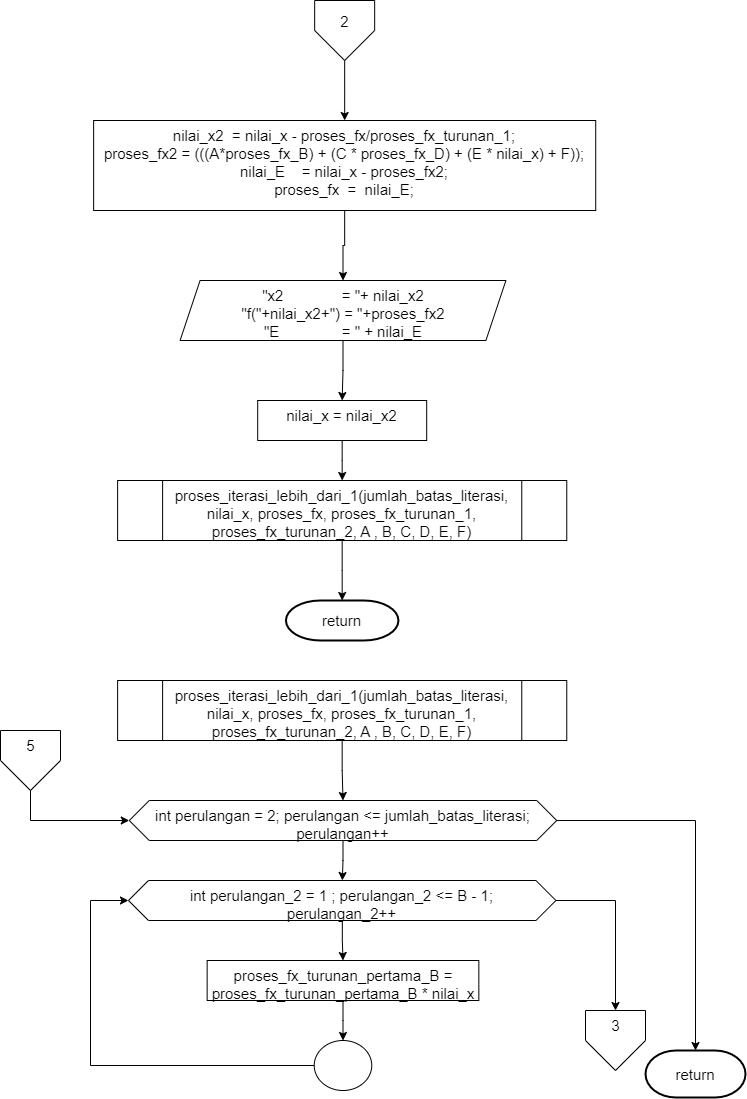
Before: Page/page 6.png, a diagram exported from draw.io (indyadirak/algoritma-newton-raptor). Source tidied: cells renumbered, new cells last; positions are measured from the earlier drawing's top-left corner, leaving out a move shared by most shapes.
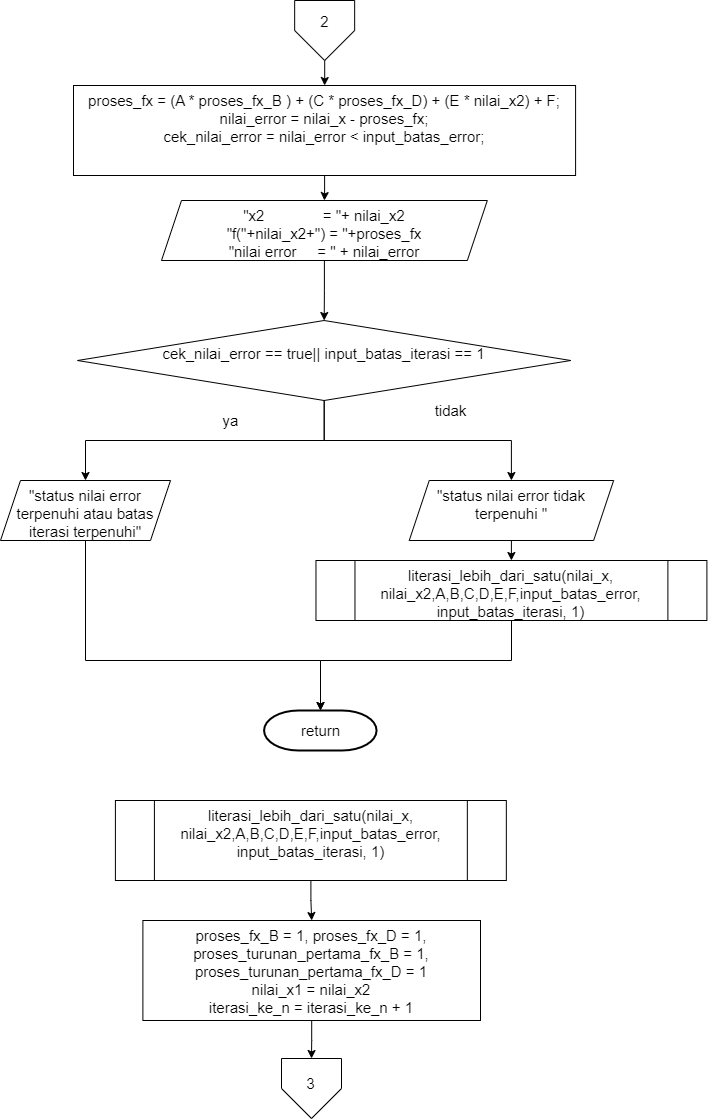
Later version of the same file.

Change to the diagram source:
```diff
@@ -14,92 +14,78 @@
     <mxCell id="5" style="edgeStyle=orthogonalEdgeStyle;rounded=0;jettySize=auto;html=1;fontSize=15;" parent="1" edge="1" source="6" target="8">
       <mxGeometry relative="1" as="geometry" />
     </mxCell>
-    <mxCell id="6" value="&lt;div&gt;&lt;span style=&quot;font-size: 15px;&quot;&gt;nilai_x2&amp;nbsp; = nilai_x - proses_fx/proses_fx_turunan_1;&lt;/span&gt;&lt;/div&gt;&lt;div&gt;&lt;span style=&quot;font-size: 15px;&quot;&gt;proses_fx2 = (((A*proses_fx_B) + (C * proses_fx_D) + (E * nilai_x) + F));&lt;/span&gt;&lt;/div&gt;&lt;div&gt;&lt;span style=&quot;font-size: 15px;&quot;&gt;nilai_E&amp;nbsp; &amp;nbsp; = nilai_x - proses_fx2;&lt;/span&gt;&lt;/div&gt;&lt;div&gt;&lt;span style=&quot;font-size: 15px;&quot;&gt;proses_fx&amp;nbsp; =&amp;nbsp; nilai_E;&lt;/span&gt;&lt;/div&gt;" style="whiteSpace=wrap;html=1;fontSize=15;verticalAlign=top;rounded=0;" parent="1" vertex="1">
-      <mxGeometry x="93.1" y="120" width="502.1" height="90" as="geometry" />
+    <mxCell id="6" value="&lt;div&gt;proses_fx = (A * proses_fx_B ) + (C * proses_fx_D) + (E * nilai_x2) + F;&lt;/div&gt;&lt;div&gt;nilai_error = nilai_x - proses_fx;&lt;/div&gt;&lt;div&gt;cek_nilai_error = nilai_error &amp;lt; input_batas_error;&lt;/div&gt;" style="whiteSpace=wrap;html=1;fontSize=15;verticalAlign=top;rounded=0;" parent="1" vertex="1">
+      <mxGeometry x="93" y="85" width="502.1" height="90" as="geometry" />
     </mxCell>
-    <mxCell id="7" style="edgeStyle=orthogonalEdgeStyle;rounded=0;jettySize=auto;html=1;fontSize=15;" parent="1" edge="1" source="8" target="10">
+    <mxCell id="7" style="edgeStyle=orthogonalEdgeStyle;rounded=0;jettySize=auto;html=1;" parent="1" edge="1" source="8" target="12">
       <mxGeometry relative="1" as="geometry" />
     </mxCell>
-    <mxCell id="8" value="&lt;div&gt;&lt;span style=&quot;font-size: 15px;&quot;&gt;&quot;x2&amp;nbsp; &amp;nbsp; &amp;nbsp; &amp;nbsp; &amp;nbsp; &amp;nbsp; &amp;nbsp; = &quot;+ nilai_x2&lt;/span&gt;&lt;/div&gt;&lt;div&gt;&lt;span style=&quot;font-size: 15px;&quot;&gt;&quot;f(&quot;+nilai_x2+&quot;) = &quot;+proses_fx2&lt;/span&gt;&lt;/div&gt;&lt;div&gt;&lt;span style=&quot;font-size: 15px;&quot;&gt;&quot;E&amp;nbsp; &amp;nbsp; &amp;nbsp; &amp;nbsp; &amp;nbsp; &amp;nbsp; &amp;nbsp; &amp;nbsp;= &quot; + nilai_E&lt;/span&gt;&lt;/div&gt;" style="shape=parallelogram;perimeter=parallelogramPerimeter;whiteSpace=wrap;html=1;fixedSize=1;fontSize=15;verticalAlign=top;rounded=0;" parent="1" vertex="1">
-      <mxGeometry x="179.6" y="280" width="325.8" height="60" as="geometry" />
+    <mxCell id="8" value="&lt;div&gt;&lt;span style=&quot;font-size: 15px;&quot;&gt;&quot;x2&amp;nbsp; &amp;nbsp; &amp;nbsp; &amp;nbsp; &amp;nbsp; &amp;nbsp; &amp;nbsp; = &quot;+ nilai_x2&lt;/span&gt;&lt;/div&gt;&lt;div&gt;&lt;span style=&quot;font-size: 15px;&quot;&gt;&quot;f(&quot;+nilai_x2+&quot;) = &quot;+proses_fx&lt;/span&gt;&lt;/div&gt;&lt;div&gt;&quot;nilai error&amp;nbsp; &amp;nbsp; &amp;nbsp;= &quot; + nilai_error&lt;br&gt;&lt;/div&gt;" style="shape=parallelogram;perimeter=parallelogramPerimeter;whiteSpace=wrap;html=1;fixedSize=1;fontSize=15;verticalAlign=top;rounded=0;" parent="1" vertex="1">
+      <mxGeometry x="181" y="200" width="325.8" height="60" as="geometry" />
     </mxCell>
-    <mxCell id="9" style="edgeStyle=orthogonalEdgeStyle;rounded=0;jettySize=auto;html=1;fontSize=15;" parent="1" edge="1" source="10" target="12">
-      <mxGeometry relative="1" as="geometry" />
+    <mxCell id="9" value="return" style="strokeWidth=2;html=1;shape=mxgraph.flowchart.terminator;whiteSpace=wrap;fontSize=15;gradientColor=#FFFFFF;strokeColor=#000000;" parent="1" vertex="1">
+      <mxGeometry x="283.6" y="710" width="112.5" height="40" as="geometry" />
     </mxCell>
-    <mxCell id="10" value="&lt;span style=&quot;font-size: 15px;&quot;&gt;nilai_x = nilai_x2&lt;/span&gt;" style="whiteSpace=wrap;html=1;fontSize=15;verticalAlign=top;rounded=0;" parent="1" vertex="1">
-      <mxGeometry x="257.2" y="400" width="169" height="40" as="geometry" />
+    <mxCell id="10" style="edgeStyle=orthogonalEdgeStyle;rounded=0;jettySize=auto;html=1;" parent="1" edge="1" source="12" target="14">
+      <mxGeometry relative="1" as="geometry" />
     </mxCell>
-    <mxCell id="11" style="edgeStyle=orthogonalEdgeStyle;rounded=0;jettySize=auto;html=1;entryX=0.5;entryY=0;entryDx=0;entryDy=0;entryPerimeter=0;fontSize=15;" parent="1" edge="1" source="12" target="13">
+    <mxCell id="11" style="edgeStyle=orthogonalEdgeStyle;rounded=0;jettySize=auto;html=1;" parent="1" edge="1" source="12" target="17">
       <mxGeometry relative="1" as="geometry" />
     </mxCell>
-    <mxCell id="12" value="&lt;span style=&quot;font-size: 15px;&quot;&gt;proses_iterasi_lebih_dari_1(jumlah_batas_literasi, nilai_x, proses_fx, proses_fx_turunan_1, proses_fx_turunan_2, A , B, C, D, E, F)&lt;/span&gt;" style="shape=process;whiteSpace=wrap;html=1;backgroundOutline=1;fontSize=15;verticalAlign=top;rounded=0;" parent="1" vertex="1">
-      <mxGeometry x="117.1" y="480" width="449.1" height="60" as="geometry" />
+    <mxCell id="12" value="&lt;br&gt;cek_nilai_error == true|| input_batas_iterasi == 1" style="rhombus;whiteSpace=wrap;html=1;fontSize=15;verticalAlign=top;rounded=0;" parent="1" vertex="1">
+      <mxGeometry x="97" y="320" width="493.2" height="80" as="geometry" />
     </mxCell>
-    <mxCell id="13" value="return" style="strokeWidth=2;html=1;shape=mxgraph.flowchart.terminator;whiteSpace=wrap;fontSize=15;gradientColor=#FFFFFF;strokeColor=#000000;" parent="1" vertex="1">
-      <mxGeometry x="285.4" y="600" width="112.5" height="40" as="geometry" />
+    <mxCell id="13" style="edgeStyle=orthogonalEdgeStyle;rounded=0;jettySize=auto;html=1;fontSize=15;" parent="1" edge="1" source="14" target="9">
+      <mxGeometry relative="1" as="geometry">
+        <Array as="points">
+          <mxPoint x="105" y="660" />
+          <mxPoint x="340" y="660" />
+        </Array>
+      </mxGeometry>
     </mxCell>
-    <mxCell id="14" style="edgeStyle=orthogonalEdgeStyle;rounded=0;jettySize=auto;html=1;fontSize=15;" parent="1" edge="1" source="15" target="18">
-      <mxGeometry relative="1" as="geometry" />
+    <mxCell id="14" value="&quot;status nilai error terpenuhi atau batas iterasi terpenuhi&quot;" style="shape=parallelogram;perimeter=parallelogramPerimeter;whiteSpace=wrap;html=1;fixedSize=1;fontSize=15;verticalAlign=top;rounded=0;" parent="1" vertex="1">
+      <mxGeometry x="20" y="480" width="170" height="60" as="geometry" />
     </mxCell>
-    <mxCell id="15" value="&lt;span style=&quot;font-size: 15px;&quot;&gt;proses_iterasi_lebih_dari_1(jumlah_batas_literasi, nilai_x, proses_fx, proses_fx_turunan_1, proses_fx_turunan_2, A , B, C, D, E, F)&lt;/span&gt;" style="shape=process;whiteSpace=wrap;html=1;backgroundOutline=1;fontSize=15;verticalAlign=top;rounded=0;" parent="1" vertex="1">
-      <mxGeometry x="117.1" y="680" width="449.1" height="60" as="geometry" />
+    <mxCell id="15" value="&lt;font style=&quot;font-size: 15px;&quot;&gt;ya&lt;/font&gt;" style="text;html=1;align=center;verticalAlign=middle;points=[];strokeColor=none;fillColor=none;" parent="1" vertex="1">
+      <mxGeometry x="230" y="405" width="40" height="30" as="geometry" />
     </mxCell>
-    <mxCell id="16" style="edgeStyle=orthogonalEdgeStyle;rounded=0;jettySize=auto;html=1;fontSize=15;" parent="1" edge="1" source="18" target="21">
+    <mxCell id="16" style="edgeStyle=orthogonalEdgeStyle;rounded=0;jettySize=auto;html=1;fontSize=15;" parent="1" edge="1" source="17" target="20">
       <mxGeometry relative="1" as="geometry" />
     </mxCell>
-    <mxCell id="17" style="edgeStyle=orthogonalEdgeStyle;rounded=0;jettySize=auto;html=1;entryX=0.5;entryY=0;entryDx=0;entryDy=0;entryPerimeter=0;fontSize=15;" parent="1" edge="1" source="18" target="31">
-      <mxGeometry relative="1" as="geometry" />
+    <mxCell id="17" value="&quot;status nilai error tidak terpenuhi &quot;" style="shape=parallelogram;perimeter=parallelogramPerimeter;whiteSpace=wrap;html=1;fixedSize=1;fontSize=15;verticalAlign=top;rounded=0;" parent="1" vertex="1">
+      <mxGeometry x="428.7" y="480" width="204.4" height="60" as="geometry" />
     </mxCell>
-    <mxCell id="18" value="&lt;span style=&quot;font-size: 15px;&quot;&gt;int perulangan = 2; perulangan &amp;lt;= jumlah_batas_literasi; perulangan++&lt;/span&gt;" style="shape=hexagon;perimeter=hexagonPerimeter2;whiteSpace=wrap;html=1;fixedSize=1;fontSize=15;verticalAlign=top;rounded=0;" parent="1" vertex="1">
-      <mxGeometry x="128.8" y="800" width="427.5" height="40" as="geometry" />
+    <mxCell id="18" value="&lt;font style=&quot;font-size: 15px;&quot;&gt;tidak&lt;/font&gt;" style="text;html=1;align=center;verticalAlign=middle;points=[];strokeColor=none;fillColor=none;" parent="1" vertex="1">
+      <mxGeometry x="440" y="395" width="60" height="30" as="geometry" />
     </mxCell>
-    <mxCell id="19" style="edgeStyle=orthogonalEdgeStyle;rounded=0;jettySize=auto;html=1;fontSize=15;" parent="1" edge="1" source="21" target="23">
-      <mxGeometry relative="1" as="geometry" />
+    <mxCell id="19" style="edgeStyle=orthogonalEdgeStyle;rounded=0;jettySize=auto;html=1;fontSize=15;" parent="1" edge="1" source="20" target="9">
+      <mxGeometry relative="1" as="geometry">
+        <Array as="points">
+          <mxPoint x="531" y="660" />
+          <mxPoint x="340" y="660" />
+        </Array>
+      </mxGeometry>
     </mxCell>
-    <mxCell id="20" style="edgeStyle=orthogonalEdgeStyle;rounded=0;jettySize=auto;html=1;entryX=0.5;entryY=0;entryDx=0;entryDy=0;fontSize=15;" parent="1" edge="1" source="21" target="26">
-      <mxGeometry relative="1" as="geometry" />
+    <mxCell id="20" value="literasi_lebih_dari_satu(nilai_x, nilai_x2,A,B,C,D,E,F,input_batas_error, input_batas_iterasi, 1)" style="shape=process;whiteSpace=wrap;html=1;backgroundOutline=1;fontSize=15;verticalAlign=top;rounded=0;" parent="1" vertex="1">
+      <mxGeometry x="335.5" y="560" width="390.9" height="60" as="geometry" />
     </mxCell>
-    <mxCell id="21" value="&lt;span style=&quot;font-size: 15px;&quot;&gt;int perulangan_2 = 1 ; perulangan_2 &amp;lt;= B - 1; &lt;br&gt;perulangan_2++&lt;/span&gt;" style="shape=hexagon;perimeter=hexagonPerimeter2;whiteSpace=wrap;html=1;fixedSize=1;fontSize=15;verticalAlign=top;rounded=0;" parent="1" vertex="1">
-      <mxGeometry x="128" y="880" width="427.5" height="40" as="geometry" />
+    <mxCell id="21" style="edgeStyle=orthogonalEdgeStyle;rounded=0;jettySize=auto;html=1;fontSize=15;" parent="1" edge="1" source="22" target="24">
+      <mxGeometry relative="1" as="geometry" />
     </mxCell>
-    <mxCell id="22" style="edgeStyle=orthogonalEdgeStyle;rounded=0;jettySize=auto;html=1;fontSize=15;" parent="1" edge="1" source="23" target="25">
-      <mxGeometry relative="1" as="geometry" />
+    <mxCell id="22" value="literasi_lebih_dari_satu(nilai_x, nilai_x2,A,B,C,D,E,F,input_batas_error, input_batas_iterasi, 1)" style="shape=process;whiteSpace=wrap;html=1;backgroundOutline=1;fontSize=15;verticalAlign=top;rounded=0;" parent="1" vertex="1">
+      <mxGeometry x="134.9" y="800" width="390.9" height="80" as="geometry" />
     </mxCell>
-    <mxCell id="23" value="&lt;span style=&quot;font-size: 15px;&quot;&gt;proses_fx_turunan_pertama_B = proses_fx_turunan_pertama_B * nilai_x&lt;/span&gt;" style="whiteSpace=wrap;html=1;fontSize=15;verticalAlign=top;rounded=0;" parent="1" vertex="1">
-      <mxGeometry x="206.6" y="960" width="271.7" height="40" as="geometry" />
+    <mxCell id="23" style="edgeStyle=orthogonalEdgeStyle;rounded=0;jettySize=auto;html=1;fontSize=15;" parent="1" edge="1" source="24" target="25">
+      <mxGeometry relative="1" as="geometry" />
     </mxCell>
-    <mxCell id="24" style="edgeStyle=orthogonalEdgeStyle;rounded=0;jettySize=auto;html=1;entryX=0;entryY=0.5;entryDx=0;entryDy=0;fontSize=15;" parent="1" edge="1" source="25" target="21">
-      <mxGeometry relative="1" as="geometry">
-        <Array as="points">
-          <mxPoint x="90" y="1065" />
-          <mxPoint x="90" y="900" />
-        </Array>
-      </mxGeometry>
+    <mxCell id="24" value="&lt;div&gt;proses_fx_B = 1, proses_fx_D = 1,&lt;/div&gt;&lt;div&gt;proses_turunan_pertama_fx_B = 1, proses_turunan_pertama_fx_D = 1&lt;br&gt;&lt;/div&gt;&lt;div&gt;nilai_x1 = nilai_x2&lt;/div&gt;&lt;div&gt;iterasi_ke_n = iterasi_ke_n + 1&lt;/div&gt;" style="whiteSpace=wrap;html=1;fontSize=15;verticalAlign=top;rounded=0;" parent="1" vertex="1">
+      <mxGeometry x="162.4" y="920" width="337.6" height="100" as="geometry" />
     </mxCell>
-    <mxCell id="25" style="ellipse;whiteSpace=wrap;html=1;fontSize=15;verticalAlign=top;rounded=0;" parent="1" vertex="1">
-      <mxGeometry x="313.7" y="1040" width="57.5" height="50" as="geometry" />
+    <mxCell id="25" style="verticalLabelPosition=bottom;verticalAlign=top;html=1;shape=offPageConnector;rounded=0;size=0.5;fontSize=15;" parent="1" vertex="1">
+      <mxGeometry x="301" y="1058" width="60" height="60" as="geometry" />
     </mxCell>
-    <mxCell id="26" style="verticalLabelPosition=bottom;verticalAlign=top;html=1;shape=offPageConnector;rounded=0;size=0.5;strokeColor=#000000;fontSize=15;gradientColor=#FFFFFF;" parent="1" vertex="1">
-      <mxGeometry x="585" y="1010" width="60" height="60" as="geometry" />
+    <mxCell id="26" value="3" style="text;html=1;align=center;verticalAlign=middle;points=[];strokeColor=none;fillColor=none;fontSize=15;" parent="1" vertex="1">
+      <mxGeometry x="314.9" y="1068" width="30" height="30" as="geometry" />
     </mxCell>
-    <mxCell id="27" value="3&lt;br&gt;" style="text;html=1;align=center;verticalAlign=middle;strokeColor=none;fillColor=none;fontSize=15;" parent="1" vertex="1">
-      <mxGeometry x="600" y="1010" width="30" height="30" as="geometry" />
-    </mxCell>
-    <mxCell id="28" style="edgeStyle=orthogonalEdgeStyle;rounded=0;jettySize=auto;html=1;entryX=0;entryY=0.5;entryDx=0;entryDy=0;fontSize=15;" parent="1" edge="1" source="29" target="18">
-      <mxGeometry relative="1" as="geometry">
-        <Array as="points">
-          <mxPoint x="30" y="820" />
-        </Array>
-      </mxGeometry>
-    </mxCell>
-    <mxCell id="29" style="verticalLabelPosition=bottom;verticalAlign=top;html=1;shape=offPageConnector;rounded=0;size=0.5;strokeColor=#000000;fontSize=15;gradientColor=#FFFFFF;" parent="1" vertex="1">
-      <mxGeometry y="730" width="60" height="60" as="geometry" />
-    </mxCell>
-    <mxCell id="30" value="5" style="text;html=1;align=center;verticalAlign=middle;strokeColor=none;fillColor=none;fontSize=15;" parent="1" vertex="1">
-      <mxGeometry x="15" y="730" width="30" height="30" as="geometry" />
-    </mxCell>
-    <mxCell id="31" value="return" style="strokeWidth=2;html=1;shape=mxgraph.flowchart.terminator;whiteSpace=wrap;strokeColor=#000000;fontSize=15;gradientColor=#FFFFFF;" parent="1" vertex="1">
-      <mxGeometry x="645" y="1050" width="100" height="47" as="geometry" />
-    </mxCell>
   </root>
 </mxGraphModel>
```
